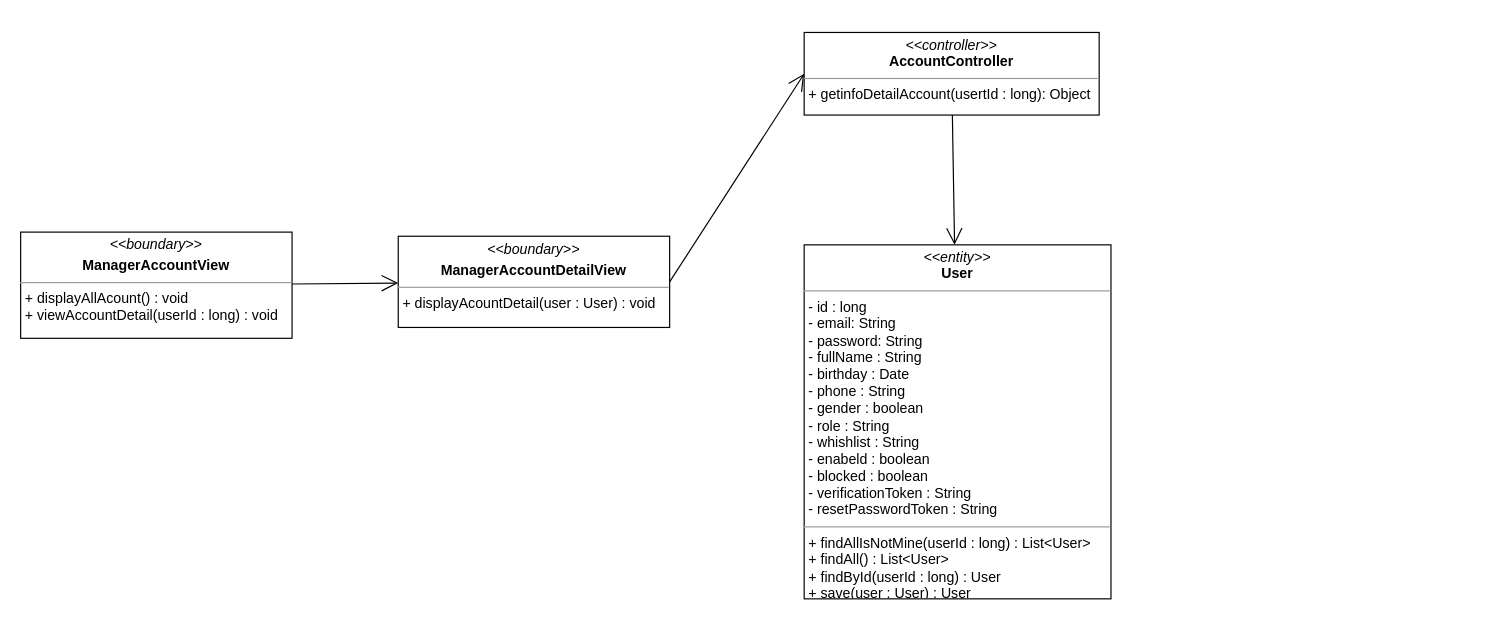
Earlier version of the draw.io diagram class diagram/manager-userDetail-class-diagram.drawio (nguyenphamvan/datn_20202). Source tidied: cells renumbered, new cells numbered last; positions are measured from the earlier drawing's top-left corner, leaving out a move shared by most shapes. Both pictures are drawn from the tidied source at 118%, with x=0, y=0 at pixel (20, 32).
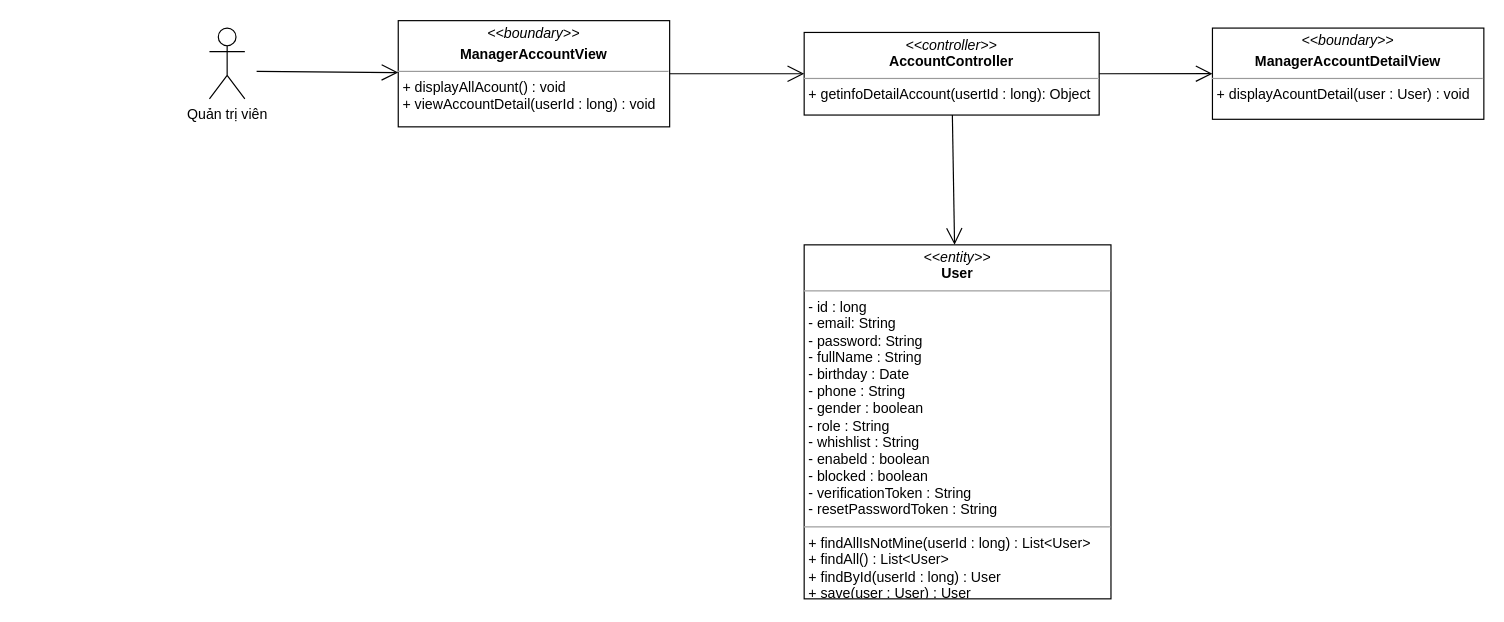
The same diagram, later.

The edit, as a diff of the source:
```diff
@@
 <mxGraphModel>
   <root>
     <mxCell id="0" />
     <mxCell id="1" parent="0" />
     <mxCell id="2" value="&lt;p style=&quot;margin: 0px ; margin-top: 4px ; text-align: center&quot;&gt;&lt;i&gt;&amp;lt;&amp;lt;boundary&amp;gt;&amp;gt;&lt;/i&gt;&lt;/p&gt;&lt;p style=&quot;margin: 0px ; margin-top: 4px ; text-align: center&quot;&gt;&lt;b&gt;ManagerAccountDetailView&lt;/b&gt;&lt;/p&gt;&lt;hr size=&quot;1&quot;&gt;&lt;p style=&quot;margin: 0px ; margin-left: 4px&quot;&gt;&lt;span&gt;+ displayAcountDetail(user : User) : void&lt;/span&gt;&lt;/p&gt;" style="verticalAlign=top;align=left;overflow=fill;fontSize=12;fontFamily=Helvetica;html=1;" parent="1" vertex="1">
-      <mxGeometry x="320" y="172.7" width="230" height="77.3" as="geometry" />
+      <mxGeometry x="1010" y="-3.7" width="230" height="77.3" as="geometry" />
     </mxCell>
-    <mxCell id="3" style="endArrow=open;endFill=1;endSize=12;html=1;entryX=0;entryY=0.5;entryDx=0;entryDy=0;exitX=1;exitY=0.5;exitDx=0;exitDy=0;" parent="1" edge="1" source="2" target="5">
-      <mxGeometry relative="1" as="geometry" />
-    </mxCell>
     <mxCell id="4" value="&lt;p style=&quot;margin: 0px ; margin-top: 4px ; text-align: center&quot;&gt;&lt;i&gt;&amp;lt;&amp;lt;entity&amp;gt;&amp;gt;&lt;/i&gt;&lt;br&gt;&lt;b&gt;User&lt;/b&gt;&lt;/p&gt;&lt;hr size=&quot;1&quot;&gt;&lt;p style=&quot;margin: 0px ; margin-left: 4px&quot;&gt;- id : long&lt;/p&gt;&lt;p style=&quot;margin: 0px ; margin-left: 4px&quot;&gt;- email: String&lt;br&gt;- password: String&lt;/p&gt;&lt;p style=&quot;margin: 0px ; margin-left: 4px&quot;&gt;- fullName : String&lt;/p&gt;&lt;p style=&quot;margin: 0px ; margin-left: 4px&quot;&gt;- birthday : Date&lt;/p&gt;&lt;p style=&quot;margin: 0px ; margin-left: 4px&quot;&gt;- phone : String&lt;/p&gt;&lt;p style=&quot;margin: 0px ; margin-left: 4px&quot;&gt;- gender : boolean&lt;/p&gt;&lt;p style=&quot;margin: 0px ; margin-left: 4px&quot;&gt;- role : String&lt;/p&gt;&lt;p style=&quot;margin: 0px ; margin-left: 4px&quot;&gt;- whishlist : String&lt;/p&gt;&lt;p style=&quot;margin: 0px ; margin-left: 4px&quot;&gt;- enabeld : boolean&lt;/p&gt;&lt;p style=&quot;margin: 0px ; margin-left: 4px&quot;&gt;- blocked : boolean&lt;/p&gt;&lt;p style=&quot;margin: 0px ; margin-left: 4px&quot;&gt;- verificationToken : String&lt;/p&gt;&lt;p style=&quot;margin: 0px ; margin-left: 4px&quot;&gt;- resetPasswordToken : String&lt;/p&gt;&lt;hr size=&quot;1&quot;&gt;&lt;p style=&quot;margin: 0px 0px 0px 4px&quot;&gt;+ findAllIsNotMine(userId : long) : List&amp;lt;User&amp;gt;&lt;/p&gt;&lt;p style=&quot;margin: 0px 0px 0px 4px&quot;&gt;+ findAll() : List&amp;lt;User&amp;gt;&lt;/p&gt;&lt;p style=&quot;margin: 0px 0px 0px 4px&quot;&gt;+ findById(userId : long) : User&lt;/p&gt;&lt;p style=&quot;margin: 0px 0px 0px 4px&quot;&gt;+ save(user : User) : User&lt;/p&gt;" style="verticalAlign=top;align=left;overflow=fill;fontSize=12;fontFamily=Helvetica;html=1;" parent="1" vertex="1">
       <mxGeometry x="664" y="180" width="260" height="300" as="geometry" />
     </mxCell>
     <mxCell id="5" value="&lt;p style=&quot;margin: 0px ; margin-top: 4px ; text-align: center&quot;&gt;&lt;i&gt;&amp;lt;&amp;lt;controller&amp;gt;&amp;gt;&lt;/i&gt;&lt;br&gt;&lt;b&gt;AccountController&lt;/b&gt;&lt;/p&gt;&lt;hr size=&quot;1&quot;&gt;&lt;p style=&quot;margin: 0px ; margin-left: 4px&quot;&gt;+ getinfoDetailAccount(usertId : long): Object&lt;br&gt;&lt;/p&gt;" style="verticalAlign=top;align=left;overflow=fill;fontSize=12;fontFamily=Helvetica;html=1;" parent="1" vertex="1">
       <mxGeometry x="664" width="250" height="70" as="geometry" />
     </mxCell>
     <mxCell id="6" style="endArrow=open;endFill=1;endSize=12;html=1;" parent="1" edge="1" source="5" target="4">
       <mxGeometry relative="1" as="geometry" />
     </mxCell>
     <mxCell id="7" value="&lt;p style=&quot;margin: 0px ; margin-top: 4px ; text-align: center&quot;&gt;&lt;i&gt;&amp;lt;&amp;lt;boundary&amp;gt;&amp;gt;&lt;/i&gt;&lt;/p&gt;&lt;p style=&quot;margin: 0px ; margin-top: 4px ; text-align: center&quot;&gt;&lt;b&gt;ManagerAccountView&lt;/b&gt;&lt;/p&gt;&lt;hr size=&quot;1&quot;&gt;&lt;p style=&quot;margin: 0px ; margin-left: 4px&quot;&gt;&lt;span&gt;+ displayAllAcount() : void&lt;/span&gt;&lt;/p&gt;&lt;p style=&quot;margin: 0px ; margin-left: 4px&quot;&gt;&lt;span&gt;+ viewAccountDetail(userId : long) : void&lt;/span&gt;&lt;/p&gt;" style="verticalAlign=top;align=left;overflow=fill;fontSize=12;fontFamily=Helvetica;html=1;" parent="1" vertex="1">
-      <mxGeometry y="169.2" width="230" height="90" as="geometry" />
+      <mxGeometry x="320" y="-10" width="230" height="90" as="geometry" />
     </mxCell>
-    <mxCell id="8" style="endArrow=open;endFill=1;endSize=12;html=1;" parent="1" edge="1" source="7" target="2">
-      <mxGeometry relative="1" as="geometry" />
-    </mxCell>
+    <mxCell id="9" value="Quản trị viên" style="shape=umlActor;verticalLabelPosition=bottom;verticalAlign=top;html=1;" parent="1" vertex="1">
+      <mxGeometry x="160" y="-3.7" width="30" height="60" as="geometry" />
+    </mxCell>
+    <mxCell id="10" style="endArrow=open;endFill=1;endSize=12;html=1;" parent="1" edge="1" target="7">
+      <mxGeometry relative="1" as="geometry">
+        <mxPoint x="200" y="33" as="sourcePoint" />
+      </mxGeometry>
+    </mxCell>
+    <mxCell id="11" style="endArrow=open;endFill=1;endSize=12;html=1;" parent="1" edge="1" source="5" target="2">
+      <mxGeometry relative="1" as="geometry" />
+    </mxCell>
+    <mxCell id="12" style="endArrow=open;endFill=1;endSize=12;html=1;entryX=0;entryY=0.5;entryDx=0;entryDy=0;" parent="1" edge="1" source="7" target="5">
+      <mxGeometry relative="1" as="geometry" />
+    </mxCell>
   </root>
 </mxGraphModel>
```
